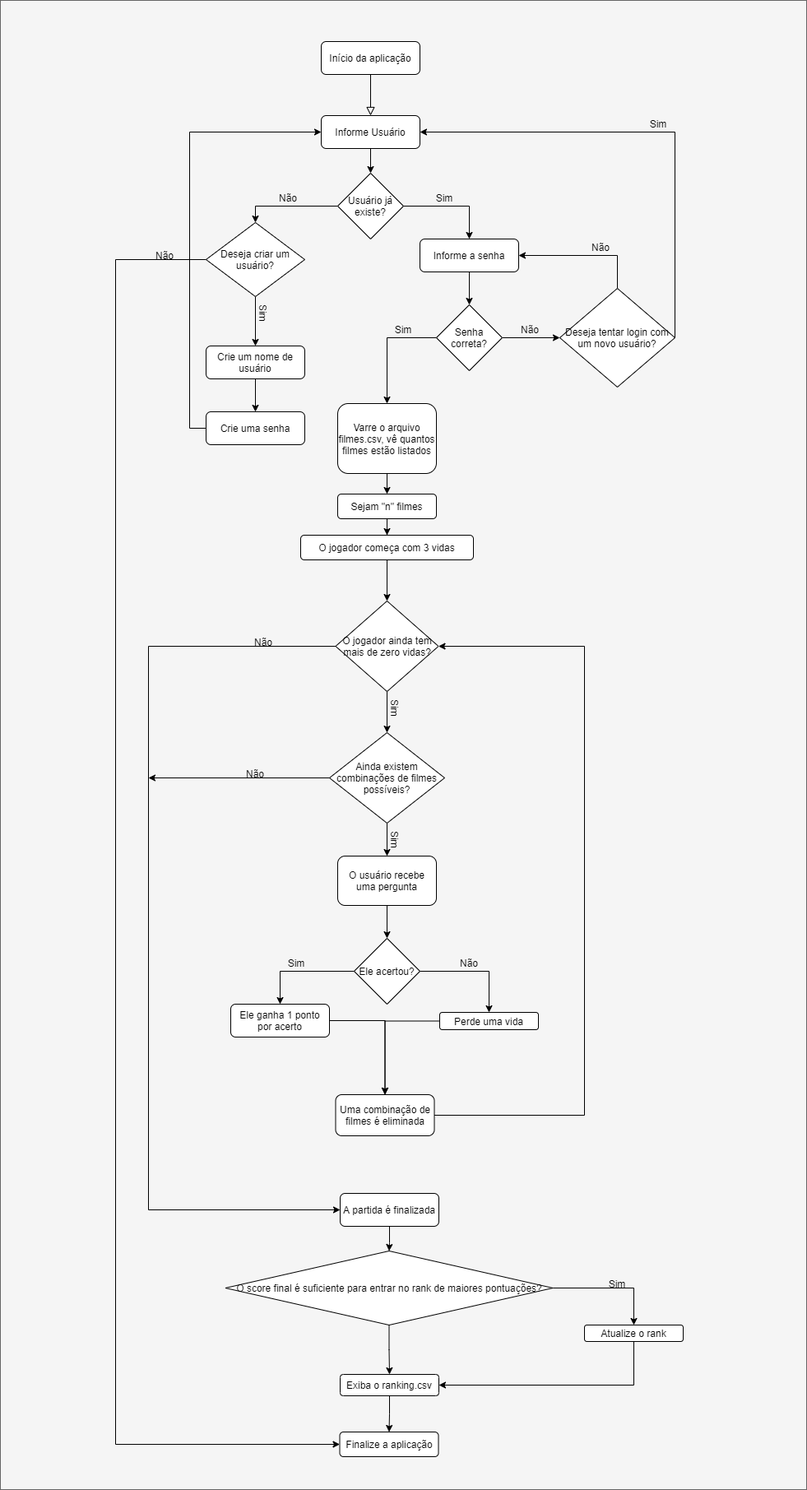
The draw.io diagram flowchart_IMDB.png in GabrielPersuhn/Movies-Battle, before a commit. Source tidied: cells renumbered, new cells last; positions are measured from the earlier drawing's top-left corner, leaving out a move shared by most shapes.
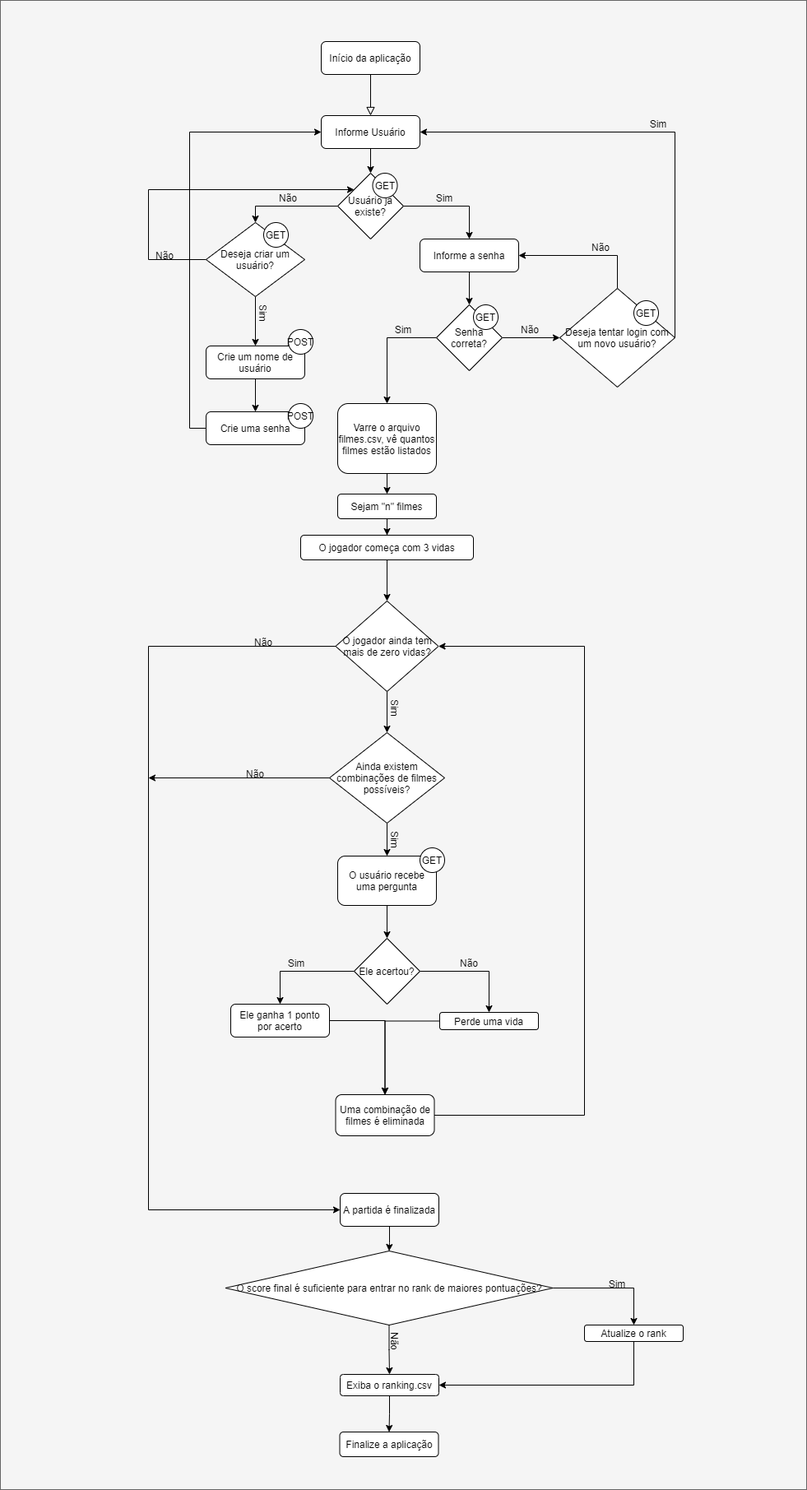
After the change.

What changed in the source:
```diff
@@ -37,14 +37,14 @@
     <mxCell id="12" style="edgeStyle=orthogonalEdgeStyle;rounded=0;jettySize=auto;html=1;entryX=0.5;entryY=0;entryDx=0;entryDy=0;" parent="1" edge="1" source="14" target="16">
       <mxGeometry relative="1" as="geometry" />
     </mxCell>
-    <mxCell id="13" style="edgeStyle=orthogonalEdgeStyle;rounded=0;jettySize=auto;html=1;entryX=0;entryY=0.5;entryDx=0;entryDy=0;" parent="1" edge="1" source="14" target="70">
-      <mxGeometry relative="1" as="geometry">
-        <Array as="points">
-          <mxPoint x="140" y="315" />
-          <mxPoint x="140" y="1755" />
-        </Array>
-      </mxGeometry>
-    </mxCell>
+    <mxCell id="73" style="edgeStyle=orthogonalEdgeStyle;rounded=0;jettySize=auto;html=1;entryX=0;entryY=0;entryDx=0;entryDy=0;" parent="1" edge="1" source="14" target="9">
+      <mxGeometry relative="1" as="geometry">
+        <Array as="points">
+          <mxPoint x="180" y="315" />
+          <mxPoint x="180" y="230" />
+        </Array>
+      </mxGeometry>
+    </mxCell>
     <mxCell id="14" value="Deseja criar um usuário?" style="rhombus;whiteSpace=wrap;html=1;" parent="1" vertex="1">
       <mxGeometry x="250" y="270" width="120" height="90" as="geometry" />
     </mxCell>
@@ -259,5 +259,29 @@
     <mxCell id="72" value="Não" style="text;html=1;strokeColor=none;fillColor=none;align=center;verticalAlign=middle;whiteSpace=wrap;rounded=0;" parent="1" vertex="1">
       <mxGeometry x="180" y="300" width="40" height="20" as="geometry" />
     </mxCell>
+    <mxCell id="74" value="GET" style="ellipse;whiteSpace=wrap;html=1;" parent="1" vertex="1">
+      <mxGeometry x="510" y="1030" width="30" height="30" as="geometry" />
+    </mxCell>
+    <mxCell id="75" value="POST" style="ellipse;whiteSpace=wrap;html=1;" parent="1" vertex="1">
+      <mxGeometry x="350" y="400" width="30" height="30" as="geometry" />
+    </mxCell>
+    <mxCell id="76" value="POST" style="ellipse;whiteSpace=wrap;html=1;" parent="1" vertex="1">
+      <mxGeometry x="350" y="490" width="30" height="30" as="geometry" />
+    </mxCell>
+    <mxCell id="77" value="GET" style="ellipse;whiteSpace=wrap;html=1;" parent="1" vertex="1">
+      <mxGeometry x="452.5" y="210" width="30" height="30" as="geometry" />
+    </mxCell>
+    <mxCell id="78" value="GET" style="ellipse;whiteSpace=wrap;html=1;" parent="1" vertex="1">
+      <mxGeometry x="770" y="365" width="30" height="30" as="geometry" />
+    </mxCell>
+    <mxCell id="79" value="GET" style="ellipse;whiteSpace=wrap;html=1;" parent="1" vertex="1">
+      <mxGeometry x="575" y="370" width="30" height="30" as="geometry" />
+    </mxCell>
+    <mxCell id="80" value="GET" style="ellipse;whiteSpace=wrap;html=1;" parent="1" vertex="1">
+      <mxGeometry x="320" y="270" width="30" height="30" as="geometry" />
+    </mxCell>
+    <mxCell id="81" value="Não" style="text;html=1;strokeColor=none;fillColor=none;align=center;verticalAlign=middle;whiteSpace=wrap;rounded=0;rotation=90;" parent="1" vertex="1">
+      <mxGeometry x="460" y="1620" width="40" height="20" as="geometry" />
+    </mxCell>
   </root>
 </mxGraphModel>
```
